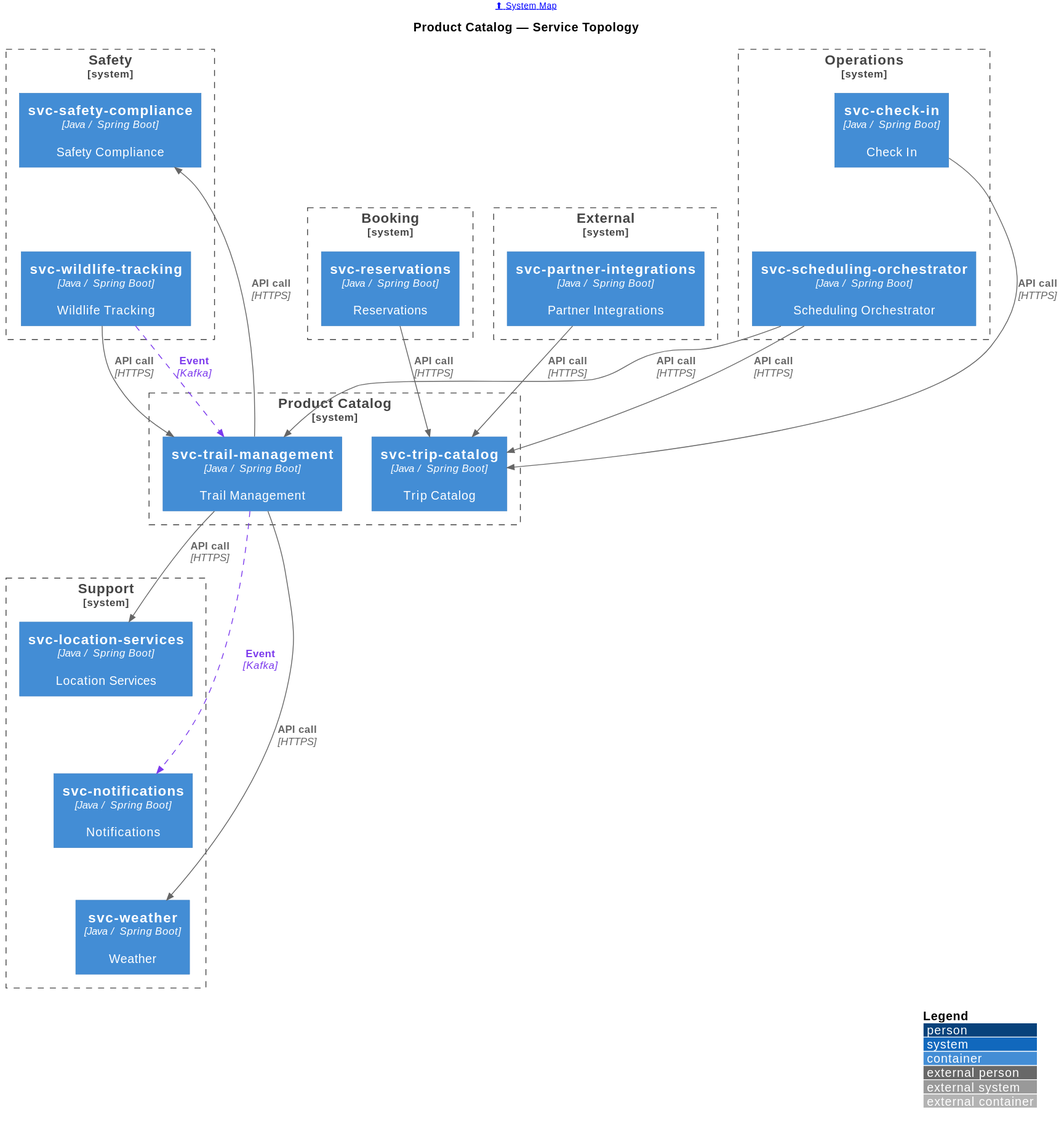
christopherblaisdell/continuous-architecture-platform-poc keeps this PlantUML diagram as portal/docs/topology/svg/topology-product-catalog.svg. Above is the earlier version. The source it was exported from:
```plantuml
@startuml
!include <c4/C4_Container>

LAYOUT_WITH_LEGEND()
LAYOUT_TOP_DOWN()

AddRelTag("kafka", $lineStyle=DashedLine(), $lineColor="#7c3aed", $textColor="#7c3aed", $legendText="Kafka Events")

header [[/topology/system-map/ ⬆ System Map]]
title Product Catalog — Service Topology

System_Boundary(Product_Catalog, "Product Catalog") {
    Container(svc_trail_management, "svc-trail-management", "Java / Spring Boot", "Trail Management", $link="/microservices/svc-trail-management/#integration-context")
    Container(svc_trip_catalog, "svc-trip-catalog", "Java / Spring Boot", "Trip Catalog", $link="/microservices/svc-trip-catalog/#integration-context")
}

System_Boundary(Booking, "Booking") {
    Container(svc_reservations, "svc-reservations", "Java / Spring Boot", "Reservations", $link="/microservices/svc-reservations/#integration-context")
}

System_Boundary(External, "External") {
    Container(svc_partner_integrations, "svc-partner-integrations", "Java / Spring Boot", "Partner Integrations", $link="/microservices/svc-partner-integrations/#integration-context")
}

System_Boundary(Operations, "Operations") {
    Container(svc_check_in, "svc-check-in", "Java / Spring Boot", "Check In", $link="/microservices/svc-check-in/#integration-context")
    Container(svc_scheduling_orchestrator, "svc-scheduling-orchestrator", "Java / Spring Boot", "Scheduling Orchestrator", $link="/microservices/svc-scheduling-orchestrator/#integration-context")
}

System_Boundary(Safety, "Safety") {
    Container(svc_safety_compliance, "svc-safety-compliance", "Java / Spring Boot", "Safety Compliance", $link="/microservices/svc-safety-compliance/#integration-context")
    Container(svc_wildlife_tracking, "svc-wildlife-tracking", "Java / Spring Boot", "Wildlife Tracking", $link="/microservices/svc-wildlife-tracking/#integration-context")
}

System_Boundary(Support, "Support") {
    Container(svc_location_services, "svc-location-services", "Java / Spring Boot", "Location Services", $link="/microservices/svc-location-services/#integration-context")
    Container(svc_notifications, "svc-notifications", "Java / Spring Boot", "Notifications", $link="/microservices/svc-notifications/#integration-context")
    Container(svc_weather, "svc-weather", "Java / Spring Boot", "Weather", $link="/microservices/svc-weather/#integration-context")
}

Rel(svc_check_in, svc_trip_catalog, "API call", "HTTPS")
Rel(svc_partner_integrations, svc_trip_catalog, "API call", "HTTPS")
Rel(svc_reservations, svc_trip_catalog, "API call", "HTTPS")
Rel(svc_scheduling_orchestrator, svc_trail_management, "API call", "HTTPS")
Rel(svc_scheduling_orchestrator, svc_trip_catalog, "API call", "HTTPS")
Rel(svc_trail_management, svc_location_services, "API call", "HTTPS")
Rel(svc_trail_management, svc_safety_compliance, "API call", "HTTPS")
Rel(svc_trail_management, svc_weather, "API call", "HTTPS")
Rel(svc_wildlife_tracking, svc_trail_management, "API call", "HTTPS")
Rel(svc_trail_management, svc_notifications, "Event", "Kafka", $tags="kafka")
Rel(svc_wildlife_tracking, svc_trail_management, "Event", "Kafka", $tags="kafka")
Lay_D(svc_check_in, svc_scheduling_orchestrator)
Lay_D(svc_safety_compliance, svc_wildlife_tracking)
Lay_D(svc_location_services, svc_notifications)
Lay_D(svc_notifications, svc_weather)
@enduml
```
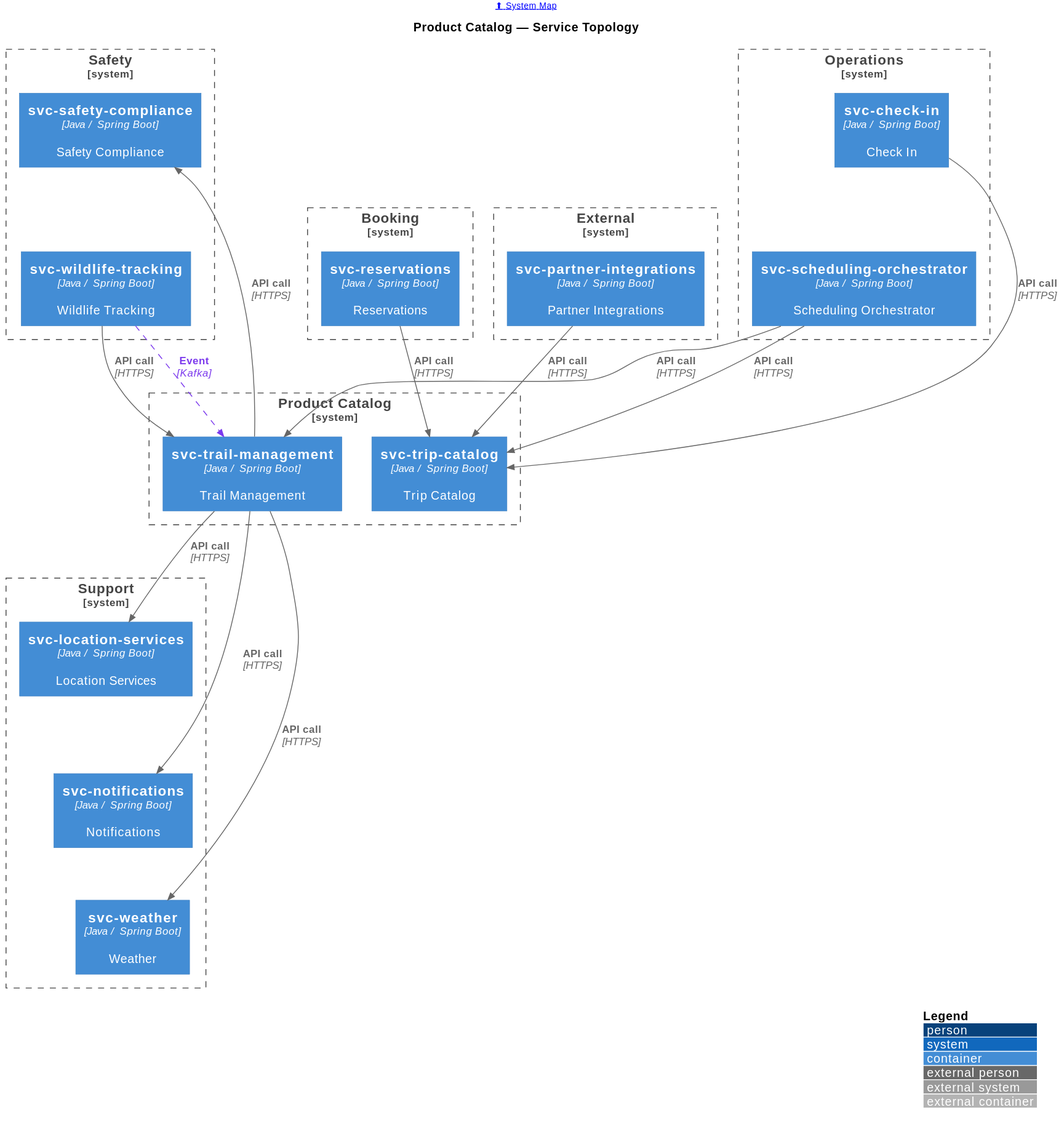
After the change.

The edit, as a diff of the source:
```diff
@@ -44,10 +44,10 @@
 Rel(svc_scheduling_orchestrator, svc_trail_management, "API call", "HTTPS")
 Rel(svc_scheduling_orchestrator, svc_trip_catalog, "API call", "HTTPS")
 Rel(svc_trail_management, svc_location_services, "API call", "HTTPS")
+Rel(svc_trail_management, svc_notifications, "API call", "HTTPS")
 Rel(svc_trail_management, svc_safety_compliance, "API call", "HTTPS")
 Rel(svc_trail_management, svc_weather, "API call", "HTTPS")
 Rel(svc_wildlife_tracking, svc_trail_management, "API call", "HTTPS")
-Rel(svc_trail_management, svc_notifications, "Event", "Kafka", $tags="kafka")
 Rel(svc_wildlife_tracking, svc_trail_management, "Event", "Kafka", $tags="kafka")
 Lay_D(svc_check_in, svc_scheduling_orchestrator)
 Lay_D(svc_safety_compliance, svc_wildlife_tracking)
```
